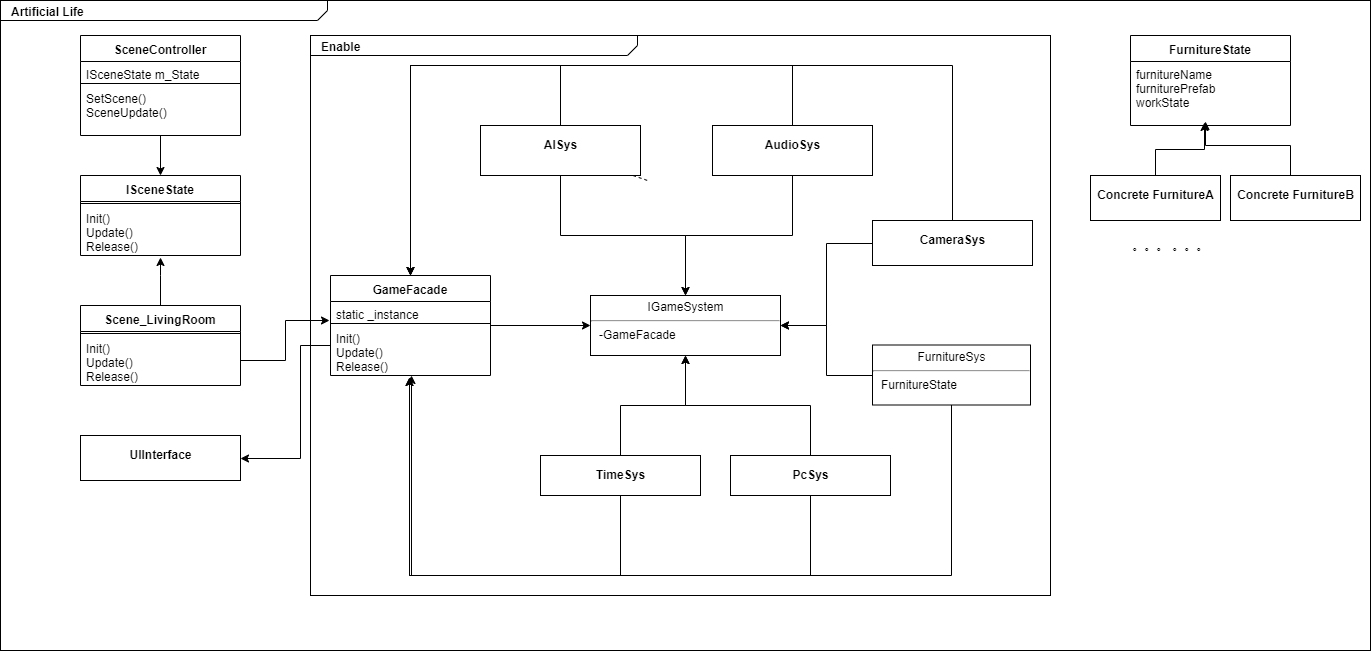
iamlivehaha/Artificial-Life keeps this draw.io diagram as Demo_Room_UML.png. Above is the earlier version. Source tidied: cells renumbered, new cells last; positions are measured from the earlier drawing's top-left corner, leaving out a move shared by most shapes.
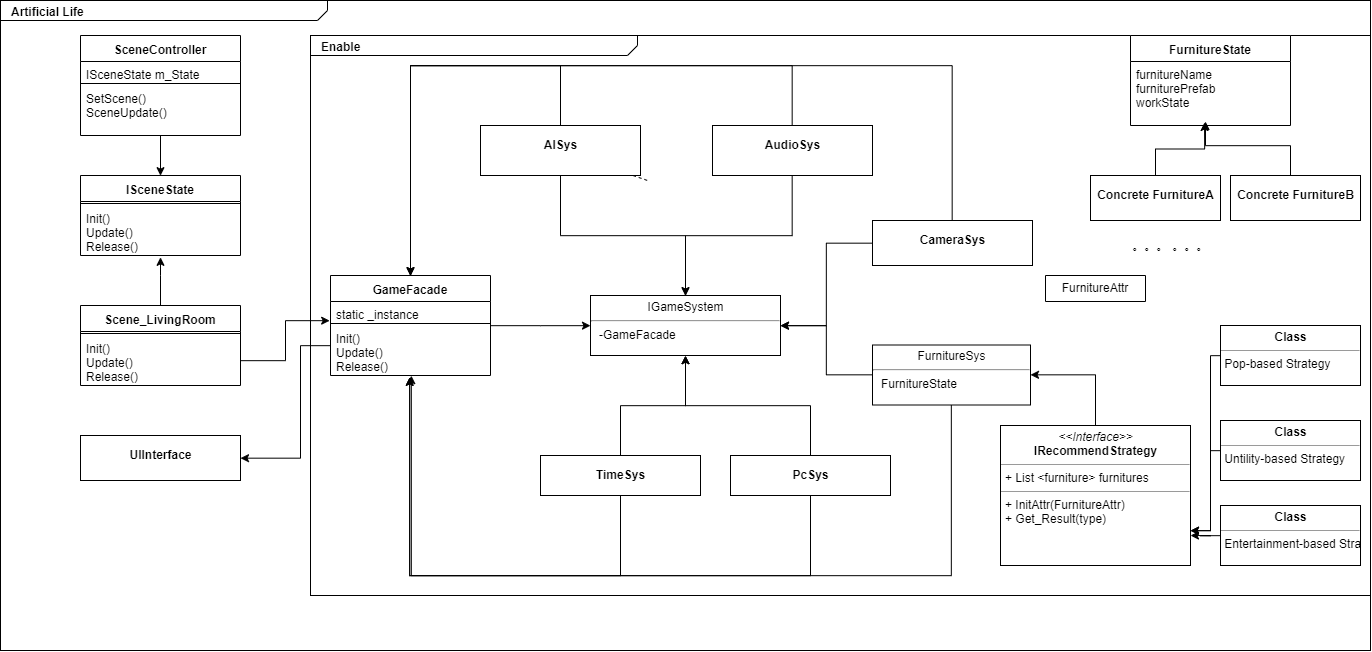
Later version of the same file.

The edit, as a diff of the source:
```diff
@@ -6,7 +6,7 @@
       <mxGeometry width="1370" height="650" as="geometry" />
     </mxCell>
     <mxCell id="3" value="&lt;p style=&quot;margin: 0px ; margin-top: 4px ; margin-left: 10px ; text-align: left&quot;&gt;&lt;b style=&quot;line-height: 90%&quot;&gt;Enable&lt;/b&gt;&lt;/p&gt;" style="html=1;strokeWidth=1;shape=mxgraph.sysml.package;html=1;overflow=fill;whiteSpace=wrap;fillColor=none;gradientColor=none;fontSize=12;align=center;labelX=327.64;" parent="1" vertex="1">
-      <mxGeometry x="310" y="35" width="740" height="560" as="geometry" />
+      <mxGeometry x="310" y="35" width="1060" height="560" as="geometry" />
     </mxCell>
     <mxCell id="4" value="&lt;p&gt;UIInterface&lt;/p&gt;" style="shape=rect;html=1;overflow=fill;whiteSpace=wrap;align=center;fontStyle=1;" parent="1" vertex="1">
       <mxGeometry x="80" y="435" width="160" height="45" as="geometry" />
@@ -202,5 +202,44 @@
     <mxCell id="51" value="。。。" style="text;html=1;strokeColor=none;fillColor=none;align=center;verticalAlign=middle;whiteSpace=wrap;rounded=0;" parent="1" vertex="1">
       <mxGeometry x="1170" y="235" width="40" height="20" as="geometry" />
     </mxCell>
+    <mxCell id="52" value="FurnitureAttr" style="swimlane;fontStyle=0;horizontal=1;startSize=26;fillColor=none;" parent="1" vertex="1" collapsed="1">
+      <mxGeometry x="1045" y="275" width="100" height="26" as="geometry" />
+    </mxCell>
+    <mxCell id="53" style="edgeStyle=orthogonalEdgeStyle;rounded=0;jettySize=auto;html=1;entryX=1;entryY=0.5;entryDx=0;entryDy=0;" parent="1" edge="1" source="54" target="24">
+      <mxGeometry relative="1" as="geometry" />
+    </mxCell>
+    <mxCell id="54" value="&lt;p style=&quot;margin: 0px ; margin-top: 4px ; text-align: center&quot;&gt;&lt;i&gt;&amp;lt;&amp;lt;Interface&amp;gt;&amp;gt;&lt;/i&gt;&lt;br&gt;&lt;b&gt;IRecommendStrategy&lt;/b&gt;&lt;/p&gt;&lt;hr size=&quot;1&quot;&gt;&lt;p style=&quot;margin: 0px ; margin-left: 4px&quot;&gt;+ List &amp;lt;furniture&amp;gt; furnitures&lt;br&gt;&lt;/p&gt;&lt;hr size=&quot;1&quot;&gt;&lt;p style=&quot;margin: 0px ; margin-left: 4px&quot;&gt;+ InitAttr(FurnitureAttr)&lt;br&gt;&lt;/p&gt;&lt;p style=&quot;margin: 0px ; margin-left: 4px&quot;&gt;+ Get_Result(type)&lt;br&gt;&lt;/p&gt;" style="verticalAlign=top;align=left;overflow=fill;fontSize=12;fontFamily=Helvetica;html=1;" parent="1" vertex="1">
+      <mxGeometry x="1000" y="425" width="190" height="140" as="geometry" />
+    </mxCell>
+    <mxCell id="55" style="edgeStyle=orthogonalEdgeStyle;rounded=0;jettySize=auto;html=1;entryX=1;entryY=0.75;entryDx=0;entryDy=0;" parent="1" edge="1" source="56" target="54">
+      <mxGeometry relative="1" as="geometry">
+        <Array as="points">
+          <mxPoint x="1210" y="355" />
+          <mxPoint x="1210" y="530" />
+        </Array>
+      </mxGeometry>
+    </mxCell>
+    <mxCell id="56" value="&lt;p style=&quot;margin: 0px ; margin-top: 4px ; text-align: center&quot;&gt;&lt;b&gt;Class&lt;/b&gt;&lt;/p&gt;&lt;hr size=&quot;1&quot;&gt;&lt;div style=&quot;height: 2px&quot;&gt;&amp;nbsp;Pop-based Strategy&lt;/div&gt;" style="verticalAlign=top;align=left;overflow=fill;fontSize=12;fontFamily=Helvetica;html=1;" parent="1" vertex="1">
+      <mxGeometry x="1220" y="325" width="140" height="60" as="geometry" />
+    </mxCell>
+    <mxCell id="57" style="edgeStyle=orthogonalEdgeStyle;rounded=0;jettySize=auto;html=1;entryX=1;entryY=0.75;entryDx=0;entryDy=0;" parent="1" edge="1" source="58" target="54">
+      <mxGeometry relative="1" as="geometry">
+        <Array as="points">
+          <mxPoint x="1210" y="450" />
+          <mxPoint x="1210" y="530" />
+        </Array>
+      </mxGeometry>
+    </mxCell>
+    <mxCell id="58" value="&lt;p style=&quot;margin: 0px ; margin-top: 4px ; text-align: center&quot;&gt;&lt;b&gt;Class&lt;/b&gt;&lt;/p&gt;&lt;hr size=&quot;1&quot;&gt;&lt;div style=&quot;height: 2px&quot;&gt;&amp;nbsp;Untility-based Strategy&lt;/div&gt;" style="verticalAlign=top;align=left;overflow=fill;fontSize=12;fontFamily=Helvetica;html=1;" parent="1" vertex="1">
+      <mxGeometry x="1220" y="420" width="140" height="60" as="geometry" />
+    </mxCell>
+    <mxCell id="59" style="edgeStyle=orthogonalEdgeStyle;rounded=0;jettySize=auto;html=1;" parent="1" edge="1" source="60">
+      <mxGeometry relative="1" as="geometry">
+        <mxPoint x="1190" y="535" as="targetPoint" />
+      </mxGeometry>
+    </mxCell>
+    <mxCell id="60" value="&lt;p style=&quot;margin: 0px ; margin-top: 4px ; text-align: center&quot;&gt;&lt;b&gt;Class&lt;/b&gt;&lt;/p&gt;&lt;hr size=&quot;1&quot;&gt;&lt;div style=&quot;height: 2px&quot;&gt;&amp;nbsp;Entertainment-based Strategy&lt;/div&gt;" style="verticalAlign=top;align=left;overflow=fill;fontSize=12;fontFamily=Helvetica;html=1;" parent="1" vertex="1">
+      <mxGeometry x="1220" y="505" width="140" height="60" as="geometry" />
+    </mxCell>
   </root>
 </mxGraphModel>
```
